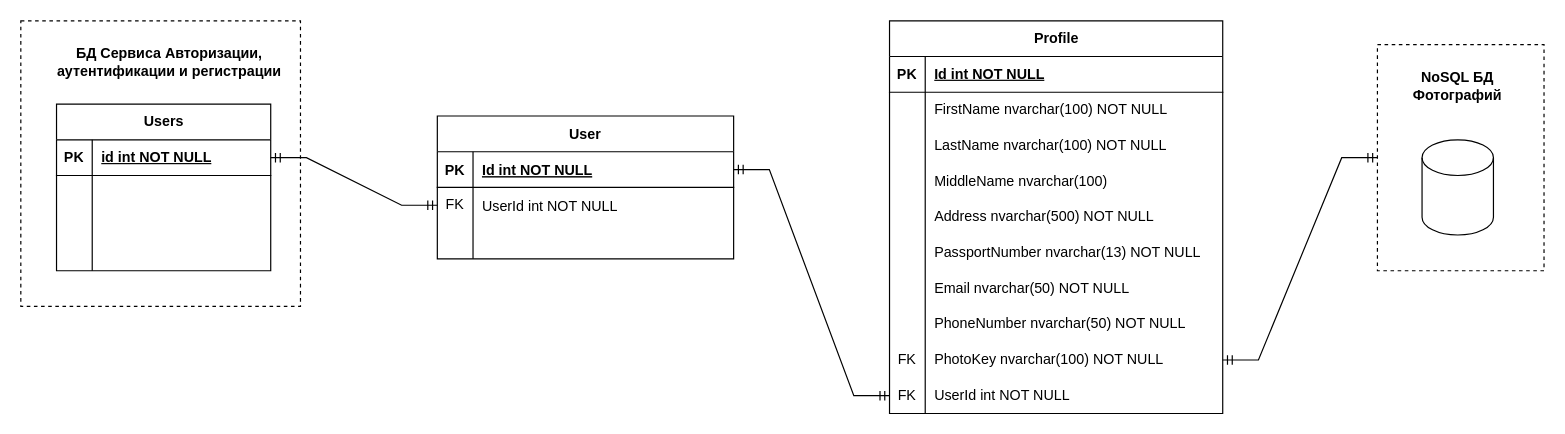
SakhalinNovosibirskTomsk/Profile keeps this draw.io diagram as Docs/ER-диаграмма БД сервиса Profile.drawio. Above is the earlier version. Source tidied: cells renumbered, new cells numbered last; positions are measured from the earlier drawing's top-left corner, leaving out a move shared by most shapes. Both pictures are drawn from the tidied source at 119%, with x=0, y=0 at pixel (20, 20).
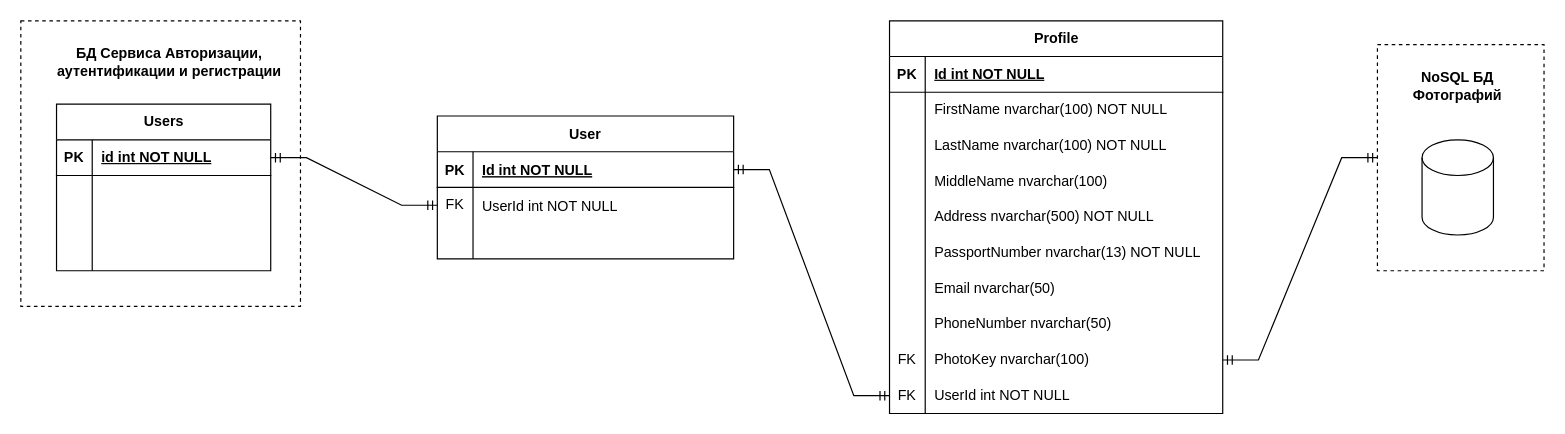
After the change.

Unchanged cells that the change refers to:
```xml
<mxCell id="46" style="shape=tableRow;horizontal=0;startSize=0;swimlaneHead=0;swimlaneBody=0;fillColor=none;top=0;left=0;right=0;bottom=0;" parent="27" vertex="1">
  <mxGeometry y="210" width="280" height="30" as="geometry" />
</mxCell>
<mxCell id="49" style="shape=tableRow;horizontal=0;startSize=0;swimlaneHead=0;swimlaneBody=0;fillColor=none;top=0;left=0;right=0;bottom=0;" parent="27" vertex="1">
  <mxGeometry y="240" width="280" height="30" as="geometry" />
</mxCell>
<mxCell id="52" style="shape=tableRow;horizontal=0;startSize=0;swimlaneHead=0;swimlaneBody=0;fillColor=none;points=[[0,0.5],[1,0.5]];portConstraint=eastwest;top=0;left=0;right=0;bottom=0;" parent="27" vertex="1">
  <mxGeometry y="270" width="280" height="30" as="geometry" />
</mxCell>
```

Change to the diagram source:
```diff
@@
-    <mxCell id="48" value="Email nvarchar(50) NOT NULL" style="shape=partialRectangle;fillColor=none;top=0;left=0;bottom=0;right=0;align=left;spacingLeft=6;overflow=hidden;whiteSpace=wrap;html=1;" parent="46" vertex="1">
+    <mxCell id="48" value="Email nvarchar(50)" style="shape=partialRectangle;fillColor=none;top=0;left=0;bottom=0;right=0;align=left;spacingLeft=6;overflow=hidden;whiteSpace=wrap;html=1;" parent="46" vertex="1">
       <mxGeometry x="30" width="250" height="30" as="geometry" />
     </mxCell>
@@
-    <mxCell id="51" value="PhoneNumber nvarchar(50) NOT NULL" style="shape=partialRectangle;fillColor=none;top=0;left=0;bottom=0;right=0;align=left;spacingLeft=6;overflow=hidden;whiteSpace=wrap;html=1;" parent="49" vertex="1">
+    <mxCell id="51" value="PhoneNumber nvarchar(50)" style="shape=partialRectangle;fillColor=none;top=0;left=0;bottom=0;right=0;align=left;spacingLeft=6;overflow=hidden;whiteSpace=wrap;html=1;" parent="49" vertex="1">
       <mxGeometry x="30" width="250" height="30" as="geometry" />
     </mxCell>
@@
-    <mxCell id="54" value="PhotoKey nvarchar(100) NOT NULL" style="shape=partialRectangle;fillColor=none;top=0;left=0;bottom=0;right=0;align=left;spacingLeft=6;overflow=hidden;whiteSpace=wrap;html=1;" parent="52" vertex="1">
+    <mxCell id="54" value="PhotoKey nvarchar(100)" style="shape=partialRectangle;fillColor=none;top=0;left=0;bottom=0;right=0;align=left;spacingLeft=6;overflow=hidden;whiteSpace=wrap;html=1;" parent="52" vertex="1">
       <mxGeometry x="30" width="250" height="30" as="geometry" />
     </mxCell>
```
